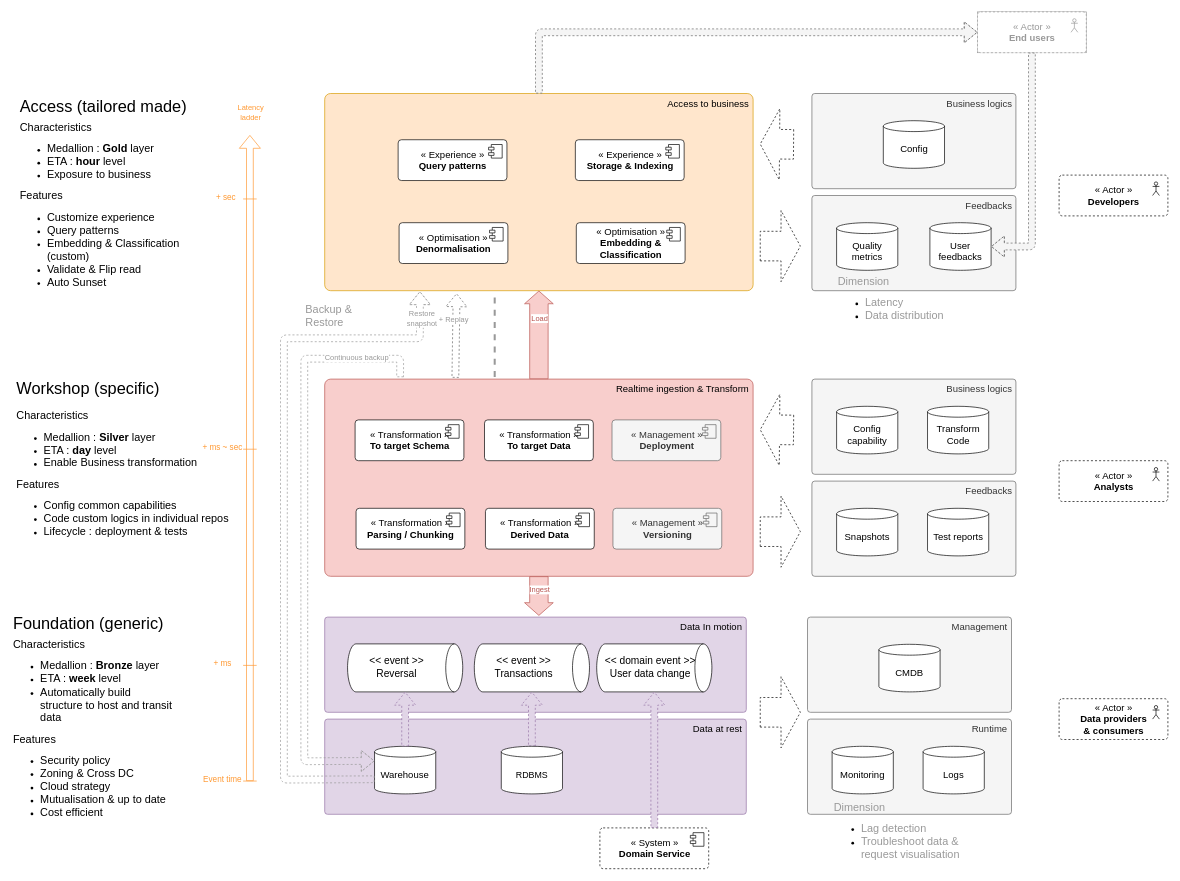
Above: page "knowledge-architecture" (3 of 6) of _docs_/LLM architecture.drawio in frtu/agents-os (draw.io), before the change. Source tidied: cells renumbered, new cells numbered last; positions are measured from the earlier drawing's top-left corner, leaving out a move shared by most shapes. Both pictures are drawn from the tidied source at 68%, with x=0, y=0 at pixel (12, 12).
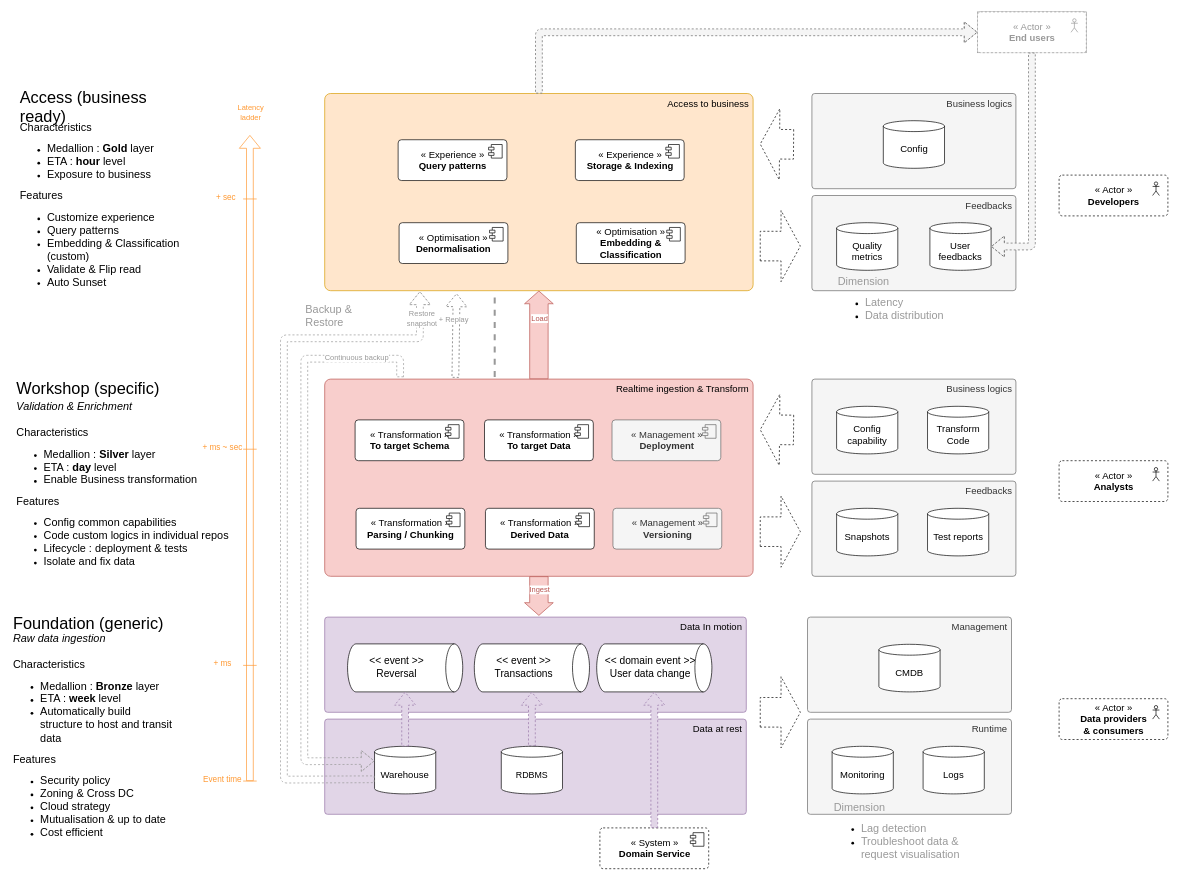
The same page after the edit.

Commit message (it also covers changes not shown here):
doc: knowledge layer & value prop

Change to the diagram source:
```diff
@@
-    <mxCell id="22" value="&lt;div&gt;&lt;span style=&quot;font-size: 16px&quot;&gt;&lt;br&gt;&lt;/span&gt;&lt;/div&gt;&lt;div&gt;&lt;span style=&quot;font-size: 16px&quot;&gt;Characteristics&lt;/span&gt;&lt;/div&gt;&lt;div&gt;&lt;ul&gt;&lt;li&gt;&lt;font style=&quot;font-size: 16px&quot;&gt;Medallion : &lt;b&gt;Bronze&lt;/b&gt; layer&lt;/font&gt;&lt;/li&gt;&lt;li&gt;&lt;font style=&quot;font-size: 16px&quot;&gt;ETA : &lt;b&gt;week&lt;/b&gt; level&lt;/font&gt;&lt;/li&gt;&lt;li&gt;&lt;span style=&quot;font-size: 16px&quot;&gt;Automatically build structure to host and transit data&lt;/span&gt;&lt;/li&gt;&lt;/ul&gt;&lt;/div&gt;&lt;div&gt;&lt;span style=&quot;font-size: 16px&quot;&gt;Features&lt;/span&gt;&lt;/div&gt;&lt;ul&gt;&lt;li&gt;&lt;span style=&quot;font-size: 16px&quot;&gt;Security policy&lt;/span&gt;&lt;br&gt;&lt;/li&gt;&lt;li&gt;&lt;span style=&quot;font-size: 16px&quot;&gt;Zoning &amp;amp; Cross DC&lt;/span&gt;&lt;br&gt;&lt;/li&gt;&lt;li&gt;&lt;span style=&quot;font-size: 16px&quot;&gt;Cloud strategy&lt;/span&gt;&lt;/li&gt;&lt;li&gt;&lt;span style=&quot;font-size: 16px&quot;&gt;Mutualisation &amp;amp; up to date&lt;/span&gt;&lt;/li&gt;&lt;li&gt;&lt;span style=&quot;font-size: 16px&quot;&gt;Cost efficient&lt;/span&gt;&lt;/li&gt;&lt;/ul&gt;" style="text;html=1;strokeColor=none;fillColor=none;align=left;verticalAlign=middle;whiteSpace=wrap;rounded=0;fontFamily=Cabin;" parent="1" vertex="1">
-      <mxGeometry y="1040" width="240" height="20" as="geometry" />
+    <mxCell id="22" value="&lt;div&gt;&lt;i style=&quot;font-size: 16px&quot;&gt;Raw data ingestion&lt;/i&gt;&lt;br&gt;&lt;/div&gt;&lt;div&gt;&lt;span style=&quot;font-size: 16px&quot;&gt;&lt;br&gt;&lt;/span&gt;&lt;/div&gt;&lt;div&gt;&lt;span style=&quot;font-size: 16px&quot;&gt;Characteristics&lt;/span&gt;&lt;/div&gt;&lt;div&gt;&lt;ul&gt;&lt;li&gt;&lt;font style=&quot;font-size: 16px&quot;&gt;Medallion : &lt;b&gt;Bronze&lt;/b&gt; layer&lt;/font&gt;&lt;/li&gt;&lt;li&gt;&lt;font style=&quot;font-size: 16px&quot;&gt;ETA : &lt;b&gt;week&lt;/b&gt; level&lt;/font&gt;&lt;/li&gt;&lt;li&gt;&lt;span style=&quot;font-size: 16px&quot;&gt;Automatically build structure to host and transit data&lt;/span&gt;&lt;/li&gt;&lt;/ul&gt;&lt;/div&gt;&lt;div&gt;&lt;span style=&quot;font-size: 16px&quot;&gt;Features&lt;/span&gt;&lt;/div&gt;&lt;ul&gt;&lt;li&gt;&lt;span style=&quot;font-size: 16px&quot;&gt;Security policy&lt;/span&gt;&lt;br&gt;&lt;/li&gt;&lt;li&gt;&lt;span style=&quot;font-size: 16px&quot;&gt;Zoning &amp;amp; Cross DC&lt;/span&gt;&lt;br&gt;&lt;/li&gt;&lt;li&gt;&lt;span style=&quot;font-size: 16px&quot;&gt;Cloud strategy&lt;/span&gt;&lt;/li&gt;&lt;li&gt;&lt;span style=&quot;font-size: 16px&quot;&gt;Mutualisation &amp;amp; up to date&lt;/span&gt;&lt;/li&gt;&lt;li&gt;&lt;span style=&quot;font-size: 16px&quot;&gt;Cost efficient&lt;/span&gt;&lt;/li&gt;&lt;/ul&gt;" style="text;html=1;strokeColor=none;fillColor=none;align=left;verticalAlign=middle;whiteSpace=wrap;rounded=0;fontFamily=Cabin;" parent="1" vertex="1">
+      <mxGeometry y="1060" width="240" height="20" as="geometry" />
     </mxCell>
@@
-    <mxCell id="32" value="&lt;div&gt;&lt;span style=&quot;font-size: 16px&quot;&gt;&lt;br&gt;&lt;/span&gt;&lt;/div&gt;&lt;div&gt;&lt;span style=&quot;font-size: 16px&quot;&gt;Characteristics&lt;/span&gt;&lt;/div&gt;&lt;div&gt;&lt;ul&gt;&lt;li&gt;&lt;font style=&quot;font-size: 16px&quot;&gt;Medallion : &lt;b&gt;Silver&lt;/b&gt; layer&lt;/font&gt;&lt;/li&gt;&lt;li&gt;&lt;font style=&quot;font-size: 16px&quot;&gt;ETA : &lt;b&gt;day&lt;/b&gt; level&lt;/font&gt;&lt;/li&gt;&lt;li&gt;&lt;span style=&quot;font-size: 16px&quot;&gt;Enable Business transformation&lt;/span&gt;&lt;/li&gt;&lt;/ul&gt;&lt;/div&gt;&lt;div&gt;&lt;span style=&quot;font-size: 16px&quot;&gt;Features&lt;/span&gt;&lt;/div&gt;&lt;ul&gt;&lt;li&gt;&lt;span style=&quot;font-size: 16px&quot;&gt;Config common capabilities&lt;/span&gt;&lt;/li&gt;&lt;li&gt;&lt;span style=&quot;font-size: 16px&quot;&gt;Code custom logics in individual repos&lt;/span&gt;&lt;/li&gt;&lt;li&gt;&lt;span style=&quot;font-size: 16px&quot;&gt;Lifecycle : deployment &amp;amp; tests&lt;/span&gt;&lt;/li&gt;&lt;/ul&gt;" style="text;html=1;strokeColor=none;fillColor=none;align=left;verticalAlign=middle;whiteSpace=wrap;rounded=0;fontFamily=Cabin;" parent="1" vertex="1">
-      <mxGeometry x="5" y="665" width="330" height="20" as="geometry" />
+    <mxCell id="32" value="&lt;div&gt;&lt;span style=&quot;font-size: 16px&quot;&gt;&lt;i&gt;Validation &amp;amp; Enrichment&lt;/i&gt;&lt;/span&gt;&lt;/div&gt;&lt;div&gt;&lt;span style=&quot;font-size: 16px&quot;&gt;&lt;br&gt;&lt;/span&gt;&lt;/div&gt;&lt;div&gt;&lt;span style=&quot;font-size: 16px&quot;&gt;Characteristics&lt;/span&gt;&lt;/div&gt;&lt;div&gt;&lt;ul&gt;&lt;li&gt;&lt;font style=&quot;font-size: 16px&quot;&gt;Medallion : &lt;b&gt;Silver&lt;/b&gt; layer&lt;/font&gt;&lt;/li&gt;&lt;li&gt;&lt;font style=&quot;font-size: 16px&quot;&gt;ETA : &lt;b&gt;day&lt;/b&gt; level&lt;/font&gt;&lt;/li&gt;&lt;li&gt;&lt;span style=&quot;font-size: 16px&quot;&gt;Enable Business transformation&lt;/span&gt;&lt;/li&gt;&lt;/ul&gt;&lt;/div&gt;&lt;div&gt;&lt;span style=&quot;font-size: 16px&quot;&gt;Features&lt;/span&gt;&lt;/div&gt;&lt;ul&gt;&lt;li&gt;&lt;span style=&quot;font-size: 16px&quot;&gt;Config common capabilities&lt;/span&gt;&lt;/li&gt;&lt;li&gt;&lt;span style=&quot;font-size: 16px&quot;&gt;Code custom logics in individual repos&lt;/span&gt;&lt;/li&gt;&lt;li&gt;&lt;span style=&quot;font-size: 16px&quot;&gt;Lifecycle : deployment &amp;amp; tests&lt;/span&gt;&lt;/li&gt;&lt;li&gt;&lt;span style=&quot;font-size: 16px&quot;&gt;Isolate and fix data&lt;/span&gt;&lt;/li&gt;&lt;/ul&gt;" style="text;html=1;strokeColor=none;fillColor=none;align=left;verticalAlign=middle;whiteSpace=wrap;rounded=0;fontFamily=Cabin;" parent="1" vertex="1">
+      <mxGeometry x="5" y="690" width="330" height="20" as="geometry" />
     </mxCell>
-    <mxCell id="33" value="&lt;font style=&quot;font-size: 24px&quot;&gt;Access (tailored made)&lt;/font&gt;" style="text;html=1;strokeColor=none;fillColor=none;align=left;verticalAlign=middle;whiteSpace=wrap;rounded=0;fontFamily=Cabin;" parent="1" vertex="1">
+    <mxCell id="33" value="&lt;font style=&quot;font-size: 24px&quot;&gt;Access (business ready)&lt;/font&gt;" style="text;html=1;strokeColor=none;fillColor=none;align=left;verticalAlign=middle;whiteSpace=wrap;rounded=0;fontFamily=Cabin;" parent="1" vertex="1">
       <mxGeometry x="10" y="130" width="250" height="20" as="geometry" />
     </mxCell>
```
